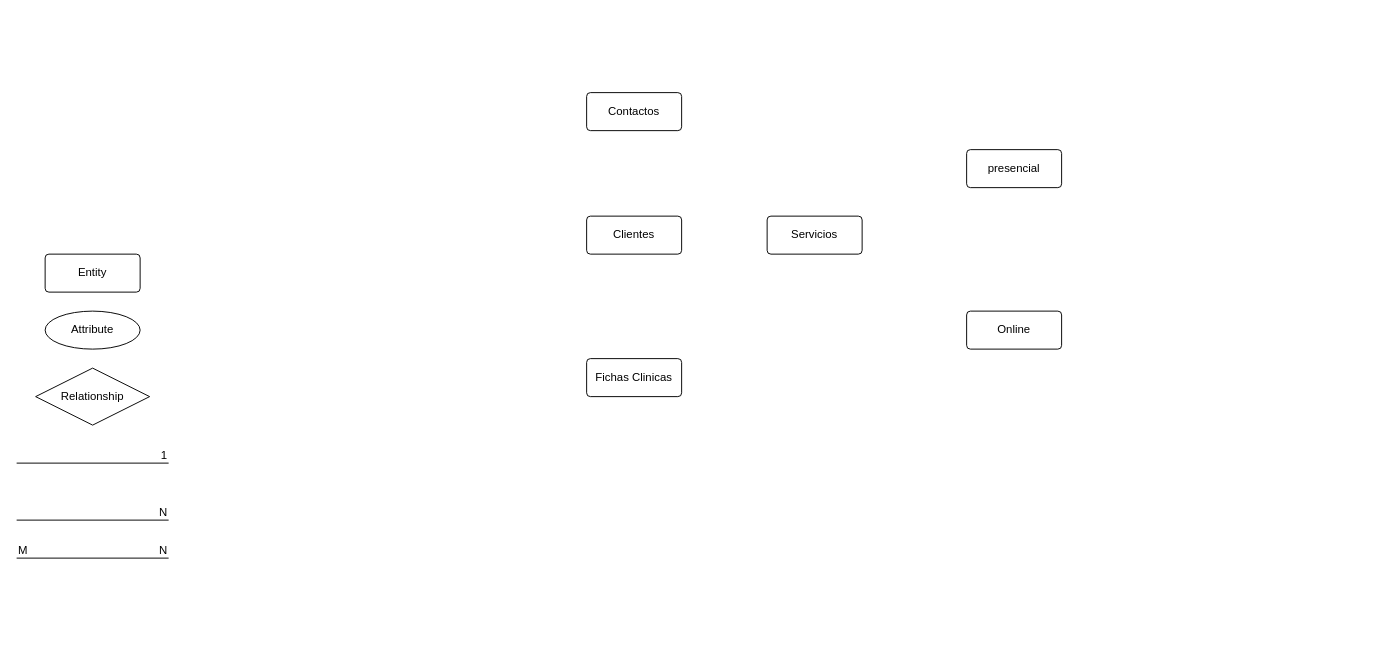
This is Diagrama sin título.drawio from Softrotx/SQL-50050ClaudioFuentes, a draw.io file, before an edit. Source tidied: cells renumbered, new cells numbered last; positions are measured from the earlier drawing's top-left corner, leaving out a move shared by most shapes. Both pictures are drawn from the tidied source at 95%, with x=0, y=0 at pixel (16, 92).
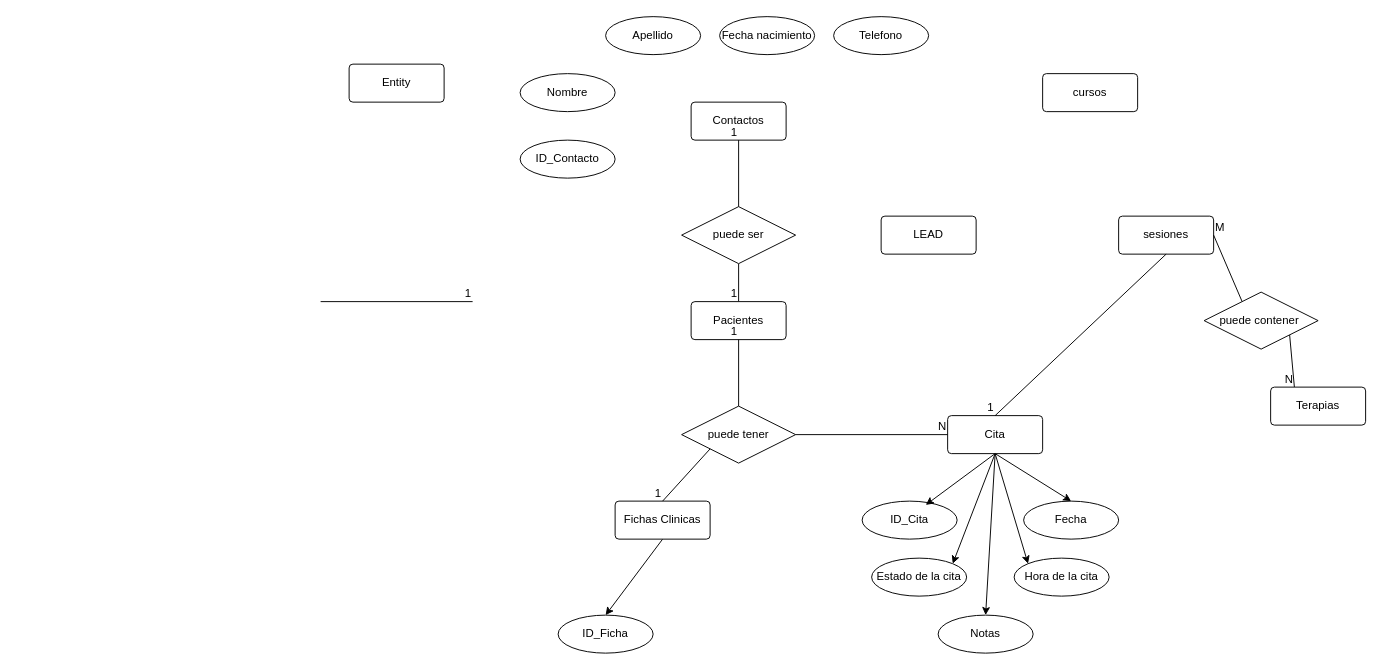
Above is the later version.

Diff of the diagram source:
```diff
@@
     <mxCell id="2" value="Entity" style="rounded=1;arcSize=10;whiteSpace=wrap;html=1;align=center;" parent="1" vertex="1">
-      <mxGeometry x="30" y="170" width="100" height="40" as="geometry" />
+      <mxGeometry x="350" y="-30" width="100" height="40" as="geometry" />
     </mxCell>
-    <mxCell id="3" value="Attribute" style="ellipse;whiteSpace=wrap;html=1;align=center;" parent="1" vertex="1">
-      <mxGeometry x="30" y="230" width="100" height="40" as="geometry" />
+    <mxCell id="3" value="ID_Ficha" style="ellipse;whiteSpace=wrap;html=1;align=center;" parent="1" vertex="1">
+      <mxGeometry x="570" y="550" width="100" height="40" as="geometry" />
     </mxCell>
-    <mxCell id="4" value="Relationship" style="shape=rhombus;perimeter=rhombusPerimeter;whiteSpace=wrap;html=1;align=center;" parent="1" vertex="1">
-      <mxGeometry x="20" y="290" width="120" height="60" as="geometry" />
+    <mxCell id="4" value="puede tener" style="shape=rhombus;perimeter=rhombusPerimeter;whiteSpace=wrap;html=1;align=center;" parent="1" vertex="1">
+      <mxGeometry x="700" y="330" width="120" height="60" as="geometry" />
     </mxCell>
-    <mxCell id="5" style="endArrow=none;html=1;rounded=0;" parent="1" edge="1">
-      <mxGeometry relative="1" as="geometry">
-        <mxPoint y="390" as="sourcePoint" />
-        <mxPoint x="160" y="390" as="targetPoint" />
-      </mxGeometry>
+    <mxCell id="5" style="endArrow=none;html=1;rounded=0;exitX=0.5;exitY=1;exitDx=0;exitDy=0;entryX=0.5;entryY=0;entryDx=0;entryDy=0;" parent="1" edge="1" source="30" target="13">
+      <mxGeometry relative="1" as="geometry" />
     </mxCell>
@@
-    <mxCell id="7" style="endArrow=none;html=1;rounded=0;" parent="1" edge="1">
-      <mxGeometry relative="1" as="geometry">
-        <mxPoint y="450" as="sourcePoint" />
-        <mxPoint x="160" y="450" as="targetPoint" />
-      </mxGeometry>
-    </mxCell>
-    <mxCell id="8" value="N" style="html=1;whiteSpace=wrap;align=right;verticalAlign=bottom;" parent="7" vertex="1">
-      <mxGeometry x="1" relative="1" as="geometry" />
-    </mxCell>
-    <mxCell id="9" style="endArrow=none;html=1;rounded=0;" parent="1" edge="1">
-      <mxGeometry relative="1" as="geometry">
-        <mxPoint y="490" as="sourcePoint" />
-        <mxPoint x="160" y="490" as="targetPoint" />
-      </mxGeometry>
+    <mxCell id="9" style="endArrow=none;html=1;rounded=0;exitX=1;exitY=1;exitDx=0;exitDy=0;entryX=0.25;entryY=0;entryDx=0;entryDy=0;" parent="1" edge="1" source="50" target="14">
+      <mxGeometry relative="1" as="geometry" />
     </mxCell>
-    <mxCell id="10" value="M" style="html=1;whiteSpace=wrap;align=left;verticalAlign=bottom;" parent="9" vertex="1">
-      <mxGeometry x="-1" relative="1" as="geometry" />
-    </mxCell>
@@
+    <mxCell id="18" style="edgeStyle=none;rounded=0;jettySize=auto;html=1;exitX=0.5;exitY=1;exitDx=0;exitDy=0;entryX=0.5;entryY=0;entryDx=0;entryDy=0;" parent="1" edge="1" source="12" target="3">
+      <mxGeometry relative="1" as="geometry" />
+    </mxCell>
     <mxCell id="12" value="Fichas Clinicas" style="rounded=1;arcSize=10;whiteSpace=wrap;html=1;align=center;" parent="1" vertex="1">
-      <mxGeometry x="600" y="280" width="100" height="40" as="geometry" />
+      <mxGeometry x="630" y="430" width="100" height="40" as="geometry" />
     </mxCell>
-    <mxCell id="13" value="Clientes" style="rounded=1;arcSize=10;whiteSpace=wrap;html=1;align=center;" parent="1" vertex="1">
-      <mxGeometry x="600" y="130" width="100" height="40" as="geometry" />
+    <mxCell id="13" value="Pacientes" style="rounded=1;arcSize=10;whiteSpace=wrap;html=1;align=center;" parent="1" vertex="1">
+      <mxGeometry x="710" y="220" width="100" height="40" as="geometry" />
     </mxCell>
-    <mxCell id="14" value="Servicios" style="rounded=1;arcSize=10;whiteSpace=wrap;html=1;align=center;" parent="1" vertex="1">
-      <mxGeometry x="790" y="130" width="100" height="40" as="geometry" />
+    <mxCell id="14" value="Terapias" style="rounded=1;arcSize=10;whiteSpace=wrap;html=1;align=center;" parent="1" vertex="1">
+      <mxGeometry x="1320" y="310" width="100" height="40" as="geometry" />
     </mxCell>
     <mxCell id="15" value="Contactos" style="rounded=1;arcSize=10;whiteSpace=wrap;html=1;align=center;" parent="1" vertex="1">
-      <mxGeometry x="600" width="100" height="40" as="geometry" />
+      <mxGeometry x="710" y="10" width="100" height="40" as="geometry" />
     </mxCell>
-    <mxCell id="16" value="presencial" style="rounded=1;arcSize=10;whiteSpace=wrap;html=1;align=center;" parent="1" vertex="1">
-      <mxGeometry x="1000" y="60" width="100" height="40" as="geometry" />
+    <mxCell id="16" value="cursos" style="rounded=1;arcSize=10;whiteSpace=wrap;html=1;align=center;" parent="1" vertex="1">
+      <mxGeometry x="1080" y="-20" width="100" height="40" as="geometry" />
     </mxCell>
-    <mxCell id="17" value="Online" style="rounded=1;arcSize=10;whiteSpace=wrap;html=1;align=center;" parent="1" vertex="1">
-      <mxGeometry x="1000" y="230" width="100" height="40" as="geometry" />
+    <mxCell id="17" value="sesiones" style="rounded=1;arcSize=10;whiteSpace=wrap;html=1;align=center;" parent="1" vertex="1">
+      <mxGeometry x="1160" y="130" width="100" height="40" as="geometry" />
     </mxCell>
+    <mxCell id="19" style="edgeStyle=none;rounded=0;jettySize=auto;html=1;exitX=0.5;exitY=1;exitDx=0;exitDy=0;entryX=0.5;entryY=0;entryDx=0;entryDy=0;" parent="1" edge="1" source="23" target="40">
+      <mxGeometry relative="1" as="geometry" />
+    </mxCell>
+    <mxCell id="20" style="edgeStyle=none;rounded=0;jettySize=auto;html=1;exitX=0.5;exitY=1;exitDx=0;exitDy=0;entryX=1;entryY=0;entryDx=0;entryDy=0;" parent="1" edge="1" source="23" target="42">
+      <mxGeometry relative="1" as="geometry" />
+    </mxCell>
+    <mxCell id="21" style="edgeStyle=none;rounded=0;jettySize=auto;html=1;exitX=0.5;exitY=1;exitDx=0;exitDy=0;entryX=0;entryY=0;entryDx=0;entryDy=0;" parent="1" edge="1" source="23" target="41">
+      <mxGeometry relative="1" as="geometry" />
+    </mxCell>
+    <mxCell id="22" style="edgeStyle=none;rounded=0;jettySize=auto;html=1;exitX=0.5;exitY=1;exitDx=0;exitDy=0;entryX=0.5;entryY=0;entryDx=0;entryDy=0;" parent="1" edge="1" source="23" target="44">
+      <mxGeometry relative="1" as="geometry" />
+    </mxCell>
+    <mxCell id="23" value="Cita" style="rounded=1;arcSize=10;whiteSpace=wrap;html=1;align=center;" parent="1" vertex="1">
+      <mxGeometry x="980" y="340" width="100" height="40" as="geometry" />
+    </mxCell>
+    <mxCell id="24" style="endArrow=none;html=1;rounded=0;entryX=0.5;entryY=1;entryDx=0;entryDy=0;" parent="1" edge="1" source="4" target="13">
+      <mxGeometry relative="1" as="geometry" />
+    </mxCell>
+    <mxCell id="25" value="1" style="html=1;whiteSpace=wrap;align=right;verticalAlign=bottom;" parent="24" vertex="1">
+      <mxGeometry x="1" relative="1" as="geometry" />
+    </mxCell>
+    <mxCell id="26" style="endArrow=none;html=1;rounded=0;exitX=1;exitY=0.5;exitDx=0;exitDy=0;entryX=0;entryY=0.5;entryDx=0;entryDy=0;" parent="1" edge="1" source="4" target="23">
+      <mxGeometry relative="1" as="geometry" />
+    </mxCell>
+    <mxCell id="8" value="N" style="html=1;whiteSpace=wrap;align=right;verticalAlign=bottom;" parent="26" vertex="1">
+      <mxGeometry x="1" relative="1" as="geometry" />
+    </mxCell>
+    <mxCell id="27" style="endArrow=none;html=1;rounded=0;exitX=0;exitY=1;exitDx=0;exitDy=0;entryX=0.5;entryY=0;entryDx=0;entryDy=0;" parent="1" edge="1" source="4" target="12">
+      <mxGeometry relative="1" as="geometry" />
+    </mxCell>
+    <mxCell id="28" value="1" style="html=1;whiteSpace=wrap;align=right;verticalAlign=bottom;" parent="27" vertex="1">
+      <mxGeometry x="1" relative="1" as="geometry" />
+    </mxCell>
+    <mxCell id="29" value="LEAD" style="rounded=1;arcSize=10;whiteSpace=wrap;html=1;align=center;" parent="1" vertex="1">
+      <mxGeometry x="910" y="130" width="100" height="40" as="geometry" />
+    </mxCell>
+    <mxCell id="30" value="puede ser" style="shape=rhombus;perimeter=rhombusPerimeter;whiteSpace=wrap;html=1;align=center;" parent="1" vertex="1">
+      <mxGeometry x="700" y="120" width="120" height="60" as="geometry" />
+    </mxCell>
+    <mxCell id="31" style="endArrow=none;html=1;rounded=0;entryX=0.5;entryY=1;entryDx=0;entryDy=0;exitX=0.5;exitY=0;exitDx=0;exitDy=0;" parent="1" edge="1" source="30" target="15">
+      <mxGeometry relative="1" as="geometry" />
+    </mxCell>
+    <mxCell id="32" value="1" style="html=1;whiteSpace=wrap;align=right;verticalAlign=bottom;" parent="31" vertex="1">
+      <mxGeometry x="1" relative="1" as="geometry" />
+    </mxCell>
+    <mxCell id="33" style="edgeStyle=none;rounded=0;orthogonalLoop=1;jettySize=auto;html=1;exitX=0;exitY=1;exitDx=0;exitDy=0;" parent="1" edge="1" source="30" target="30">
+      <mxGeometry relative="1" as="geometry" />
+    </mxCell>
+    <mxCell id="34" value="ID_Contacto" style="ellipse;whiteSpace=wrap;html=1;align=center;" parent="1" vertex="1">
+      <mxGeometry x="530" y="50" width="100" height="40" as="geometry" />
+    </mxCell>
+    <mxCell id="35" value="Nombre" style="ellipse;whiteSpace=wrap;html=1;align=center;" parent="1" vertex="1">
+      <mxGeometry x="530" y="-20" width="100" height="40" as="geometry" />
+    </mxCell>
+    <mxCell id="36" value="Apellido" style="ellipse;whiteSpace=wrap;html=1;align=center;" parent="1" vertex="1">
+      <mxGeometry x="620" y="-80" width="100" height="40" as="geometry" />
+    </mxCell>
+    <mxCell id="37" value="Fecha nacimiento" style="ellipse;whiteSpace=wrap;html=1;align=center;" parent="1" vertex="1">
+      <mxGeometry x="740" y="-80" width="100" height="40" as="geometry" />
+    </mxCell>
+    <mxCell id="38" value="Telefono" style="ellipse;whiteSpace=wrap;html=1;align=center;" parent="1" vertex="1">
+      <mxGeometry x="860" y="-80" width="100" height="40" as="geometry" />
+    </mxCell>
+    <mxCell id="39" value="ID_Cita" style="ellipse;whiteSpace=wrap;html=1;align=center;" parent="1" vertex="1">
+      <mxGeometry x="890" y="430" width="100" height="40" as="geometry" />
+    </mxCell>
+    <mxCell id="40" value="Fecha" style="ellipse;whiteSpace=wrap;html=1;align=center;" parent="1" vertex="1">
+      <mxGeometry x="1060" y="430" width="100" height="40" as="geometry" />
+    </mxCell>
+    <mxCell id="41" value="Hora de la cita" style="ellipse;whiteSpace=wrap;html=1;align=center;" parent="1" vertex="1">
+      <mxGeometry x="1050" y="490" width="100" height="40" as="geometry" />
+    </mxCell>
+    <mxCell id="42" value="Estado de la cita" style="ellipse;whiteSpace=wrap;html=1;align=center;" parent="1" vertex="1">
+      <mxGeometry x="900" y="490" width="100" height="40" as="geometry" />
+    </mxCell>
+    <mxCell id="43" style="edgeStyle=none;rounded=0;jettySize=auto;html=1;exitX=0.5;exitY=1;exitDx=0;exitDy=0;entryX=0.67;entryY=0.1;entryDx=0;entryDy=0;entryPerimeter=0;" parent="1" edge="1" source="23" target="39">
+      <mxGeometry relative="1" as="geometry" />
+    </mxCell>
+    <mxCell id="44" value="Notas" style="ellipse;whiteSpace=wrap;html=1;align=center;" parent="1" vertex="1">
+      <mxGeometry x="970" y="550" width="100" height="40" as="geometry" />
+    </mxCell>
+    <mxCell id="45" style="endArrow=none;html=1;rounded=0;" parent="1" edge="1">
+      <mxGeometry relative="1" as="geometry">
+        <mxPoint x="320" y="220" as="sourcePoint" />
+        <mxPoint x="480" y="220" as="targetPoint" />
+      </mxGeometry>
+    </mxCell>
+    <mxCell id="46" value="1" style="html=1;whiteSpace=wrap;align=right;verticalAlign=bottom;" parent="45" vertex="1">
+      <mxGeometry x="1" relative="1" as="geometry" />
+    </mxCell>
+    <mxCell id="47" style="endArrow=none;html=1;rounded=0;entryX=0.5;entryY=0;entryDx=0;entryDy=0;exitX=0.5;exitY=1;exitDx=0;exitDy=0;" parent="1" edge="1" source="17" target="23">
+      <mxGeometry relative="1" as="geometry" />
+    </mxCell>
+    <mxCell id="48" value="1" style="html=1;whiteSpace=wrap;align=right;verticalAlign=bottom;" parent="47" vertex="1">
+      <mxGeometry x="1" relative="1" as="geometry" />
+    </mxCell>
+    <mxCell id="49" style="endArrow=none;html=1;rounded=0;exitX=1;exitY=0.5;exitDx=0;exitDy=0;entryX=0.25;entryY=0;entryDx=0;entryDy=0;" parent="1" edge="1" source="17" target="50">
+      <mxGeometry relative="1" as="geometry" />
+    </mxCell>
+    <mxCell id="10" value="M" style="html=1;whiteSpace=wrap;align=left;verticalAlign=bottom;" parent="49" vertex="1">
+      <mxGeometry x="-1" relative="1" as="geometry" />
+    </mxCell>
+    <mxCell id="50" value="puede contener&amp;nbsp;&lt;br&gt;" style="shape=rhombus;perimeter=rhombusPerimeter;whiteSpace=wrap;html=1;align=center;" parent="1" vertex="1">
+      <mxGeometry x="1250" y="210" width="120" height="60" as="geometry" />
+    </mxCell>
```
